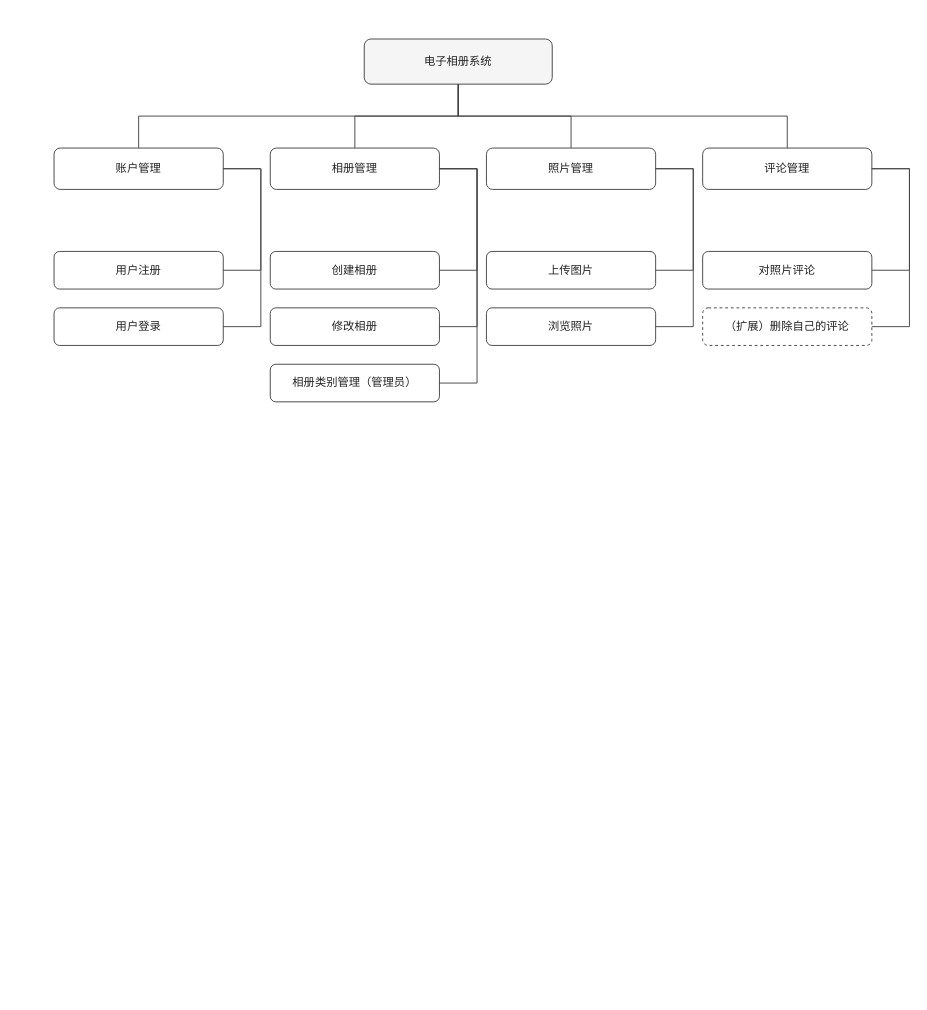
Before: docs/图稿/图2-2_功能框架图.drawio in chennuo1101/electronic-photo-album-system1, a draw.io diagram. Source tidied: cells renumbered, new cells numbered last; positions are measured from the earlier drawing's top-left corner, leaving out a move shared by most shapes. Both pictures are drawn from the tidied source at 94%, with x=0, y=0 at pixel (54, 39).
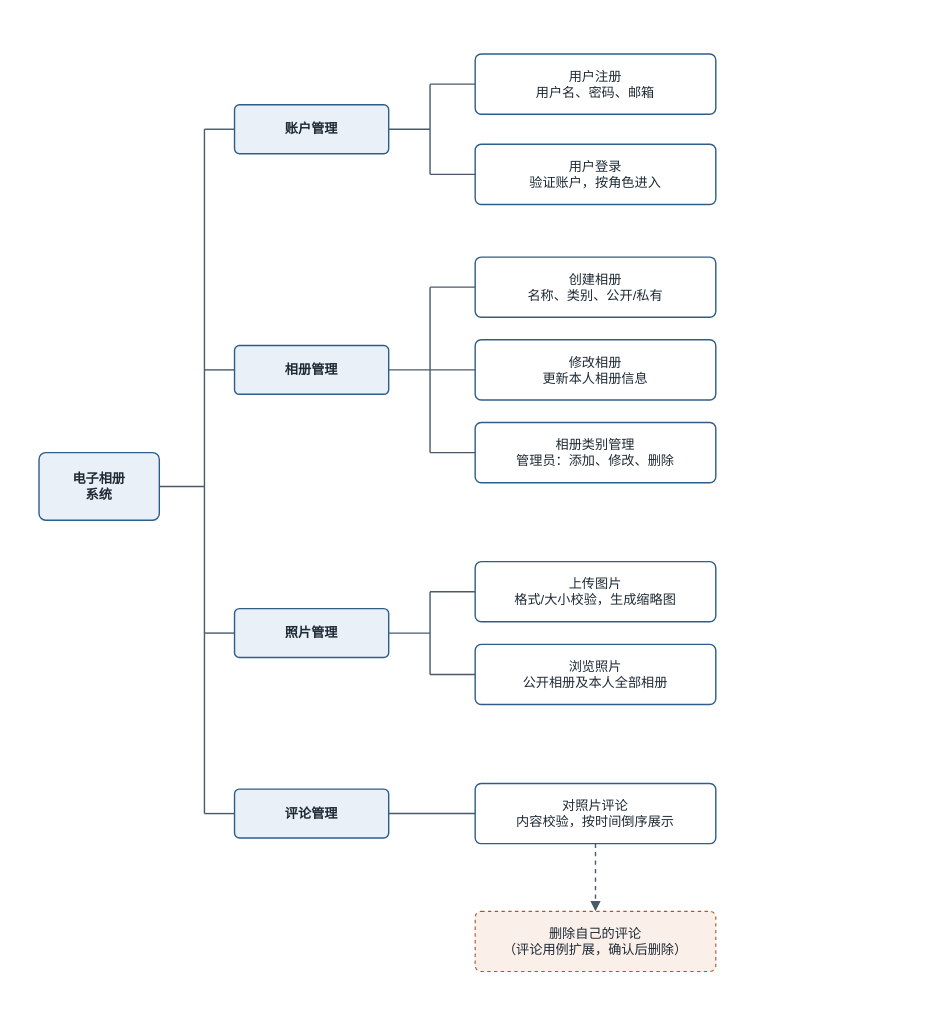
Above is the later version.

The edit, as a diff of the source:
```diff
@@
-    <mxCell id="2" value="电子相册系统" style="rounded=1;whiteSpace=wrap;html=1;fillColor=#F5F5F5;strokeColor=#444444;fontFamily=Microsoft YaHei;fontSize=12;fontColor=#222222;" parent="1" vertex="1">
-      <mxGeometry x="330" width="200" height="48" as="geometry" />
-    </mxCell>
+    <mxCell id="29" style="rounded=0;whiteSpace=wrap;html=1;fillColor=#FFFFFF;strokeColor=none;" parent="1" vertex="1">
+      <mxGeometry x="-40" y="-24" width="768" height="1040" as="geometry" />
+    </mxCell>
+    <mxCell id="30" value="电子相册&#10;系统" style="rounded=1;arcSize=10;whiteSpace=wrap;html=1;fillColor=#E9F0F8;strokeColor=#2F5D8A;strokeWidth=1.5;fontFamily=Microsoft YaHei;fontSize=14;fontColor=#1F2A35;fontStyle=1;" parent="1" vertex="1">
+      <mxGeometry x="-16" y="440" width="128" height="72" as="geometry" />
+    </mxCell>
+    <mxCell id="31" style="html=1;rounded=0;strokeColor=#4A5A6A;strokeWidth=1.5;startArrow=none;endArrow=none;" parent="1" edge="1">
+      <mxGeometry relative="1" as="geometry">
+        <mxPoint x="112" y="476" as="sourcePoint" />
+        <mxPoint x="160" y="476" as="targetPoint" />
+      </mxGeometry>
+    </mxCell>
+    <mxCell id="32" style="html=1;rounded=0;strokeColor=#4A5A6A;strokeWidth=1.5;startArrow=none;endArrow=none;" parent="1" edge="1">
+      <mxGeometry relative="1" as="geometry">
+        <mxPoint x="160" y="96" as="sourcePoint" />
+        <mxPoint x="160" y="824" as="targetPoint" />
+      </mxGeometry>
+    </mxCell>
-    <mxCell id="3" value="账户管理" style="rounded=1;whiteSpace=wrap;html=1;fillColor=#FFFFFF;strokeColor=#444444;fontFamily=Microsoft YaHei;fontSize=12;fontColor=#222222;" parent="1" vertex="1">
-      <mxGeometry y="116" width="180" height="44" as="geometry" />
+    <mxCell id="3" value="账户管理" style="rounded=1;arcSize=10;whiteSpace=wrap;html=1;fillColor=#E9F0F8;strokeColor=#2F5D8A;strokeWidth=1.5;fontFamily=Microsoft YaHei;fontSize=14;fontColor=#1F2A35;fontStyle=1;" parent="1" vertex="1">
+      <mxGeometry x="192" y="70" width="164" height="52" as="geometry" />
     </mxCell>
-    <mxCell id="4" style="edgeStyle=orthogonalEdgeStyle;rounded=0;html=1;strokeColor=#444444;strokeWidth=1;fontFamily=Microsoft YaHei;fontSize=11;fontColor=#444444;labelBackgroundColor=#FFFFFF;startArrow=none;endArrow=none;exitX=0.5;exitY=1;entryX=0.5;entryY=0;" parent="1" edge="1" source="2" target="3">
-      <mxGeometry relative="1" as="geometry">
-        <Array as="points">
-          <mxPoint x="430" y="82" />
-          <mxPoint x="90" y="82" />
-        </Array>
-      </mxGeometry>
-    </mxCell>
+    <mxCell id="33" style="html=1;rounded=0;strokeColor=#4A5A6A;strokeWidth=1.5;startArrow=none;endArrow=none;" parent="1" edge="1">
+      <mxGeometry relative="1" as="geometry">
+        <mxPoint x="160" y="96" as="sourcePoint" />
+        <mxPoint x="192" y="96" as="targetPoint" />
+      </mxGeometry>
+    </mxCell>
+    <mxCell id="34" style="html=1;rounded=0;strokeColor=#4A5A6A;strokeWidth=1.5;startArrow=none;endArrow=none;" parent="1" edge="1">
+      <mxGeometry relative="1" as="geometry">
+        <mxPoint x="356" y="96" as="sourcePoint" />
+        <mxPoint x="400" y="96" as="targetPoint" />
+      </mxGeometry>
+    </mxCell>
+    <mxCell id="35" style="html=1;rounded=0;strokeColor=#4A5A6A;strokeWidth=1.5;startArrow=none;endArrow=none;" parent="1" edge="1">
+      <mxGeometry relative="1" as="geometry">
+        <mxPoint x="400" y="48" as="sourcePoint" />
+        <mxPoint x="400" y="144" as="targetPoint" />
+      </mxGeometry>
+    </mxCell>
+    <mxCell id="36" value="用户注册&#10;用户名、密码、邮箱" style="rounded=1;arcSize=10;whiteSpace=wrap;html=1;fillColor=#FFFFFF;strokeColor=#2F5D8A;strokeWidth=1.5;fontFamily=Microsoft YaHei;fontSize=14;fontColor=#1F2A35;" parent="1" vertex="1">
+      <mxGeometry x="448" y="16" width="256" height="64" as="geometry" />
+    </mxCell>
+    <mxCell id="37" style="html=1;rounded=0;strokeColor=#4A5A6A;strokeWidth=1.5;startArrow=none;endArrow=none;" parent="1" edge="1">
+      <mxGeometry relative="1" as="geometry">
+        <mxPoint x="400" y="48" as="sourcePoint" />
+        <mxPoint x="448" y="48" as="targetPoint" />
+      </mxGeometry>
+    </mxCell>
+    <mxCell id="38" value="用户登录&#10;验证账户，按角色进入" style="rounded=1;arcSize=10;whiteSpace=wrap;html=1;fillColor=#FFFFFF;strokeColor=#2F5D8A;strokeWidth=1.5;fontFamily=Microsoft YaHei;fontSize=14;fontColor=#1F2A35;" parent="1" vertex="1">
+      <mxGeometry x="448" y="112" width="256" height="64" as="geometry" />
+    </mxCell>
+    <mxCell id="39" style="html=1;rounded=0;strokeColor=#4A5A6A;strokeWidth=1.5;startArrow=none;endArrow=none;" parent="1" edge="1">
+      <mxGeometry relative="1" as="geometry">
+        <mxPoint x="400" y="144" as="sourcePoint" />
+        <mxPoint x="448" y="144" as="targetPoint" />
+      </mxGeometry>
+    </mxCell>
-    <mxCell id="5" value="相册管理" style="rounded=1;whiteSpace=wrap;html=1;fillColor=#FFFFFF;strokeColor=#444444;fontFamily=Microsoft YaHei;fontSize=12;fontColor=#222222;" parent="1" vertex="1">
-      <mxGeometry x="230" y="116" width="180" height="44" as="geometry" />
+    <mxCell id="5" value="相册管理" style="rounded=1;arcSize=10;whiteSpace=wrap;html=1;fillColor=#E9F0F8;strokeColor=#2F5D8A;strokeWidth=1.5;fontFamily=Microsoft YaHei;fontSize=14;fontColor=#1F2A35;fontStyle=1;" parent="1" vertex="1">
+      <mxGeometry x="192" y="326" width="164" height="52" as="geometry" />
     </mxCell>
-    <mxCell id="6" style="edgeStyle=orthogonalEdgeStyle;rounded=0;html=1;strokeColor=#444444;strokeWidth=1;fontFamily=Microsoft YaHei;fontSize=11;fontColor=#444444;labelBackgroundColor=#FFFFFF;startArrow=none;endArrow=none;exitX=0.5;exitY=1;entryX=0.5;entryY=0;" parent="1" edge="1" source="2" target="5">
-      <mxGeometry relative="1" as="geometry">
-        <Array as="points">
-          <mxPoint x="430" y="82" />
-          <mxPoint x="320" y="82" />
-        </Array>
-      </mxGeometry>
-    </mxCell>
+    <mxCell id="40" style="html=1;rounded=0;strokeColor=#4A5A6A;strokeWidth=1.5;startArrow=none;endArrow=none;" parent="1" edge="1">
+      <mxGeometry relative="1" as="geometry">
+        <mxPoint x="160" y="352" as="sourcePoint" />
+        <mxPoint x="192" y="352" as="targetPoint" />
+      </mxGeometry>
+    </mxCell>
+    <mxCell id="41" style="html=1;rounded=0;strokeColor=#4A5A6A;strokeWidth=1.5;startArrow=none;endArrow=none;" parent="1" edge="1">
+      <mxGeometry relative="1" as="geometry">
+        <mxPoint x="356" y="352" as="sourcePoint" />
+        <mxPoint x="400" y="352" as="targetPoint" />
+      </mxGeometry>
+    </mxCell>
+    <mxCell id="42" style="html=1;rounded=0;strokeColor=#4A5A6A;strokeWidth=1.5;startArrow=none;endArrow=none;" parent="1" edge="1">
+      <mxGeometry relative="1" as="geometry">
+        <mxPoint x="400" y="264" as="sourcePoint" />
+        <mxPoint x="400" y="440" as="targetPoint" />
+      </mxGeometry>
+    </mxCell>
+    <mxCell id="43" value="创建相册&#10;名称、类别、公开/私有" style="rounded=1;arcSize=10;whiteSpace=wrap;html=1;fillColor=#FFFFFF;strokeColor=#2F5D8A;strokeWidth=1.5;fontFamily=Microsoft YaHei;fontSize=14;fontColor=#1F2A35;" parent="1" vertex="1">
+      <mxGeometry x="448" y="232" width="256" height="64" as="geometry" />
+    </mxCell>
+    <mxCell id="44" style="html=1;rounded=0;strokeColor=#4A5A6A;strokeWidth=1.5;startArrow=none;endArrow=none;" parent="1" edge="1">
+      <mxGeometry relative="1" as="geometry">
+        <mxPoint x="400" y="264" as="sourcePoint" />
+        <mxPoint x="448" y="264" as="targetPoint" />
+      </mxGeometry>
+    </mxCell>
+    <mxCell id="45" value="修改相册&#10;更新本人相册信息" style="rounded=1;arcSize=10;whiteSpace=wrap;html=1;fillColor=#FFFFFF;strokeColor=#2F5D8A;strokeWidth=1.5;fontFamily=Microsoft YaHei;fontSize=14;fontColor=#1F2A35;" parent="1" vertex="1">
+      <mxGeometry x="448" y="320" width="256" height="64" as="geometry" />
+    </mxCell>
+    <mxCell id="46" style="html=1;rounded=0;strokeColor=#4A5A6A;strokeWidth=1.5;startArrow=none;endArrow=none;" parent="1" edge="1">
+      <mxGeometry relative="1" as="geometry">
+        <mxPoint x="400" y="352" as="sourcePoint" />
+        <mxPoint x="448" y="352" as="targetPoint" />
+      </mxGeometry>
+    </mxCell>
+    <mxCell id="47" value="相册类别管理&#10;管理员：添加、修改、删除" style="rounded=1;arcSize=10;whiteSpace=wrap;html=1;fillColor=#FFFFFF;strokeColor=#2F5D8A;strokeWidth=1.5;fontFamily=Microsoft YaHei;fontSize=14;fontColor=#1F2A35;" parent="1" vertex="1">
+      <mxGeometry x="448" y="408" width="256" height="64" as="geometry" />
+    </mxCell>
+    <mxCell id="48" style="html=1;rounded=0;strokeColor=#4A5A6A;strokeWidth=1.5;startArrow=none;endArrow=none;" parent="1" edge="1">
+      <mxGeometry relative="1" as="geometry">
+        <mxPoint x="400" y="440" as="sourcePoint" />
+        <mxPoint x="448" y="440" as="targetPoint" />
+      </mxGeometry>
+    </mxCell>
-    <mxCell id="7" value="照片管理" style="rounded=1;whiteSpace=wrap;html=1;fillColor=#FFFFFF;strokeColor=#444444;fontFamily=Microsoft YaHei;fontSize=12;fontColor=#222222;" parent="1" vertex="1">
-      <mxGeometry x="460" y="116" width="180" height="44" as="geometry" />
+    <mxCell id="7" value="照片管理" style="rounded=1;arcSize=10;whiteSpace=wrap;html=1;fillColor=#E9F0F8;strokeColor=#2F5D8A;strokeWidth=1.5;fontFamily=Microsoft YaHei;fontSize=14;fontColor=#1F2A35;fontStyle=1;" parent="1" vertex="1">
+      <mxGeometry x="192" y="606" width="164" height="52" as="geometry" />
     </mxCell>
-    <mxCell id="8" style="edgeStyle=orthogonalEdgeStyle;rounded=0;html=1;strokeColor=#444444;strokeWidth=1;fontFamily=Microsoft YaHei;fontSize=11;fontColor=#444444;labelBackgroundColor=#FFFFFF;startArrow=none;endArrow=none;exitX=0.5;exitY=1;entryX=0.5;entryY=0;" parent="1" edge="1" source="2" target="7">
-      <mxGeometry relative="1" as="geometry">
-        <Array as="points">
-          <mxPoint x="430" y="82" />
-          <mxPoint x="550" y="82" />
-        </Array>
-      </mxGeometry>
-    </mxCell>
+    <mxCell id="49" style="html=1;rounded=0;strokeColor=#4A5A6A;strokeWidth=1.5;startArrow=none;endArrow=none;" parent="1" edge="1">
+      <mxGeometry relative="1" as="geometry">
+        <mxPoint x="160" y="632" as="sourcePoint" />
+        <mxPoint x="192" y="632" as="targetPoint" />
+      </mxGeometry>
+    </mxCell>
+    <mxCell id="50" style="html=1;rounded=0;strokeColor=#4A5A6A;strokeWidth=1.5;startArrow=none;endArrow=none;" parent="1" edge="1">
+      <mxGeometry relative="1" as="geometry">
+        <mxPoint x="356" y="632" as="sourcePoint" />
+        <mxPoint x="400" y="632" as="targetPoint" />
+      </mxGeometry>
+    </mxCell>
+    <mxCell id="51" style="html=1;rounded=0;strokeColor=#4A5A6A;strokeWidth=1.5;startArrow=none;endArrow=none;" parent="1" edge="1">
+      <mxGeometry relative="1" as="geometry">
+        <mxPoint x="400" y="588" as="sourcePoint" />
+        <mxPoint x="400" y="676" as="targetPoint" />
+      </mxGeometry>
+    </mxCell>
+    <mxCell id="52" value="上传图片&#10;格式/大小校验，生成缩略图" style="rounded=1;arcSize=10;whiteSpace=wrap;html=1;fillColor=#FFFFFF;strokeColor=#2F5D8A;strokeWidth=1.5;fontFamily=Microsoft YaHei;fontSize=14;fontColor=#1F2A35;" parent="1" vertex="1">
+      <mxGeometry x="448" y="556" width="256" height="64" as="geometry" />
+    </mxCell>
+    <mxCell id="53" style="html=1;rounded=0;strokeColor=#4A5A6A;strokeWidth=1.5;startArrow=none;endArrow=none;" parent="1" edge="1">
+      <mxGeometry relative="1" as="geometry">
+        <mxPoint x="400" y="588" as="sourcePoint" />
+        <mxPoint x="448" y="588" as="targetPoint" />
+      </mxGeometry>
+    </mxCell>
+    <mxCell id="54" value="浏览照片&#10;公开相册及本人全部相册" style="rounded=1;arcSize=10;whiteSpace=wrap;html=1;fillColor=#FFFFFF;strokeColor=#2F5D8A;strokeWidth=1.5;fontFamily=Microsoft YaHei;fontSize=14;fontColor=#1F2A35;" parent="1" vertex="1">
+      <mxGeometry x="448" y="644" width="256" height="64" as="geometry" />
+    </mxCell>
+    <mxCell id="55" style="html=1;rounded=0;strokeColor=#4A5A6A;strokeWidth=1.5;startArrow=none;endArrow=none;" parent="1" edge="1">
+      <mxGeometry relative="1" as="geometry">
+        <mxPoint x="400" y="676" as="sourcePoint" />
+        <mxPoint x="448" y="676" as="targetPoint" />
+      </mxGeometry>
+    </mxCell>
-    <mxCell id="9" value="评论管理" style="rounded=1;whiteSpace=wrap;html=1;fillColor=#FFFFFF;strokeColor=#444444;fontFamily=Microsoft YaHei;fontSize=12;fontColor=#222222;" parent="1" vertex="1">
-      <mxGeometry x="690" y="116" width="180" height="44" as="geometry" />
+    <mxCell id="9" value="评论管理" style="rounded=1;arcSize=10;whiteSpace=wrap;html=1;fillColor=#E9F0F8;strokeColor=#2F5D8A;strokeWidth=1.5;fontFamily=Microsoft YaHei;fontSize=14;fontColor=#1F2A35;fontStyle=1;" parent="1" vertex="1">
+      <mxGeometry x="192" y="798" width="164" height="52" as="geometry" />
     </mxCell>
-    <mxCell id="10" style="edgeStyle=orthogonalEdgeStyle;rounded=0;html=1;strokeColor=#444444;strokeWidth=1;fontFamily=Microsoft YaHei;fontSize=11;fontColor=#444444;labelBackgroundColor=#FFFFFF;startArrow=none;endArrow=none;exitX=0.5;exitY=1;entryX=0.5;entryY=0;" parent="1" edge="1" source="2" target="9">
-      <mxGeometry relative="1" as="geometry">
-        <Array as="points">
-          <mxPoint x="430" y="82" />
-          <mxPoint x="780" y="82" />
-        </Array>
-      </mxGeometry>
-    </mxCell>
-    <mxCell id="11" value="用户注册" style="rounded=1;whiteSpace=wrap;html=1;fillColor=#FFFFFF;strokeColor=#444444;fontFamily=Microsoft YaHei;fontSize=12;fontColor=#222222;" parent="1" vertex="1">
-      <mxGeometry y="226" width="180" height="40" as="geometry" />
-    </mxCell>
-    <mxCell id="12" style="edgeStyle=orthogonalEdgeStyle;rounded=0;html=1;strokeColor=#444444;strokeWidth=1;fontFamily=Microsoft YaHei;fontSize=11;fontColor=#444444;labelBackgroundColor=#FFFFFF;startArrow=none;endArrow=none;exitX=1;exitY=0.5;entryX=1;entryY=0.5;" parent="1" edge="1" source="3" target="11">
-      <mxGeometry relative="1" as="geometry">
-        <Array as="points">
-          <mxPoint x="220" y="138" />
-          <mxPoint x="220" y="246" />
-        </Array>
-      </mxGeometry>
-    </mxCell>
-    <mxCell id="13" value="用户登录" style="rounded=1;whiteSpace=wrap;html=1;fillColor=#FFFFFF;strokeColor=#444444;fontFamily=Microsoft YaHei;fontSize=12;fontColor=#222222;" parent="1" vertex="1">
-      <mxGeometry y="286" width="180" height="40" as="geometry" />
-    </mxCell>
-    <mxCell id="14" style="edgeStyle=orthogonalEdgeStyle;rounded=0;html=1;strokeColor=#444444;strokeWidth=1;fontFamily=Microsoft YaHei;fontSize=11;fontColor=#444444;labelBackgroundColor=#FFFFFF;startArrow=none;endArrow=none;exitX=1;exitY=0.5;entryX=1;entryY=0.5;" parent="1" edge="1" source="3" target="13">
-      <mxGeometry relative="1" as="geometry">
-        <Array as="points">
-          <mxPoint x="220" y="138" />
-          <mxPoint x="220" y="306" />
-        </Array>
-      </mxGeometry>
-    </mxCell>
-    <mxCell id="15" value="创建相册" style="rounded=1;whiteSpace=wrap;html=1;fillColor=#FFFFFF;strokeColor=#444444;fontFamily=Microsoft YaHei;fontSize=12;fontColor=#222222;" parent="1" vertex="1">
-      <mxGeometry x="230" y="226" width="180" height="40" as="geometry" />
-    </mxCell>
-    <mxCell id="16" style="edgeStyle=orthogonalEdgeStyle;rounded=0;html=1;strokeColor=#444444;strokeWidth=1;fontFamily=Microsoft YaHei;fontSize=11;fontColor=#444444;labelBackgroundColor=#FFFFFF;startArrow=none;endArrow=none;exitX=1;exitY=0.5;entryX=1;entryY=0.5;" parent="1" edge="1" source="5" target="15">
-      <mxGeometry relative="1" as="geometry">
-        <Array as="points">
-          <mxPoint x="450" y="138" />
-          <mxPoint x="450" y="246" />
-        </Array>
-      </mxGeometry>
-    </mxCell>
-    <mxCell id="17" value="修改相册" style="rounded=1;whiteSpace=wrap;html=1;fillColor=#FFFFFF;strokeColor=#444444;fontFamily=Microsoft YaHei;fontSize=12;fontColor=#222222;" parent="1" vertex="1">
-      <mxGeometry x="230" y="286" width="180" height="40" as="geometry" />
-    </mxCell>
-    <mxCell id="18" style="edgeStyle=orthogonalEdgeStyle;rounded=0;html=1;strokeColor=#444444;strokeWidth=1;fontFamily=Microsoft YaHei;fontSize=11;fontColor=#444444;labelBackgroundColor=#FFFFFF;startArrow=none;endArrow=none;exitX=1;exitY=0.5;entryX=1;entryY=0.5;" parent="1" edge="1" source="5" target="17">
-      <mxGeometry relative="1" as="geometry">
-        <Array as="points">
-          <mxPoint x="450" y="138" />
-          <mxPoint x="450" y="306" />
-        </Array>
-      </mxGeometry>
-    </mxCell>
-    <mxCell id="19" value="相册类别管理（管理员）" style="rounded=1;whiteSpace=wrap;html=1;fillColor=#FFFFFF;strokeColor=#444444;fontFamily=Microsoft YaHei;fontSize=12;fontColor=#222222;" parent="1" vertex="1">
-      <mxGeometry x="230" y="346" width="180" height="40" as="geometry" />
-    </mxCell>
-    <mxCell id="20" style="edgeStyle=orthogonalEdgeStyle;rounded=0;html=1;strokeColor=#444444;strokeWidth=1;fontFamily=Microsoft YaHei;fontSize=11;fontColor=#444444;labelBackgroundColor=#FFFFFF;startArrow=none;endArrow=none;exitX=1;exitY=0.5;entryX=1;entryY=0.5;" parent="1" edge="1" source="5" target="19">
-      <mxGeometry relative="1" as="geometry">
-        <Array as="points">
-          <mxPoint x="450" y="138" />
-          <mxPoint x="450" y="366" />
-        </Array>
-      </mxGeometry>
-    </mxCell>
-    <mxCell id="21" value="上传图片" style="rounded=1;whiteSpace=wrap;html=1;fillColor=#FFFFFF;strokeColor=#444444;fontFamily=Microsoft YaHei;fontSize=12;fontColor=#222222;" parent="1" vertex="1">
-      <mxGeometry x="460" y="226" width="180" height="40" as="geometry" />
-    </mxCell>
-    <mxCell id="22" style="edgeStyle=orthogonalEdgeStyle;rounded=0;html=1;strokeColor=#444444;strokeWidth=1;fontFamily=Microsoft YaHei;fontSize=11;fontColor=#444444;labelBackgroundColor=#FFFFFF;startArrow=none;endArrow=none;exitX=1;exitY=0.5;entryX=1;entryY=0.5;" parent="1" edge="1" source="7" target="21">
-      <mxGeometry relative="1" as="geometry">
-        <Array as="points">
-          <mxPoint x="680" y="138" />
-          <mxPoint x="680" y="246" />
-        </Array>
-      </mxGeometry>
-    </mxCell>
-    <mxCell id="23" value="浏览照片" style="rounded=1;whiteSpace=wrap;html=1;fillColor=#FFFFFF;strokeColor=#444444;fontFamily=Microsoft YaHei;fontSize=12;fontColor=#222222;" parent="1" vertex="1">
-      <mxGeometry x="460" y="286" width="180" height="40" as="geometry" />
-    </mxCell>
-    <mxCell id="24" style="edgeStyle=orthogonalEdgeStyle;rounded=0;html=1;strokeColor=#444444;strokeWidth=1;fontFamily=Microsoft YaHei;fontSize=11;fontColor=#444444;labelBackgroundColor=#FFFFFF;startArrow=none;endArrow=none;exitX=1;exitY=0.5;entryX=1;entryY=0.5;" parent="1" edge="1" source="7" target="23">
-      <mxGeometry relative="1" as="geometry">
-        <Array as="points">
-          <mxPoint x="680" y="138" />
-          <mxPoint x="680" y="306" />
-        </Array>
-      </mxGeometry>
-    </mxCell>
-    <mxCell id="25" value="对照片评论" style="rounded=1;whiteSpace=wrap;html=1;fillColor=#FFFFFF;strokeColor=#444444;fontFamily=Microsoft YaHei;fontSize=12;fontColor=#222222;" parent="1" vertex="1">
-      <mxGeometry x="690" y="226" width="180" height="40" as="geometry" />
-    </mxCell>
-    <mxCell id="26" style="edgeStyle=orthogonalEdgeStyle;rounded=0;html=1;strokeColor=#444444;strokeWidth=1;fontFamily=Microsoft YaHei;fontSize=11;fontColor=#444444;labelBackgroundColor=#FFFFFF;startArrow=none;endArrow=none;exitX=1;exitY=0.5;entryX=1;entryY=0.5;" parent="1" edge="1" source="9" target="25">
-      <mxGeometry relative="1" as="geometry">
-        <Array as="points">
-          <mxPoint x="910" y="138" />
-          <mxPoint x="910" y="246" />
-        </Array>
-      </mxGeometry>
-    </mxCell>
-    <mxCell id="27" value="（扩展）删除自己的评论" style="rounded=1;whiteSpace=wrap;html=1;fillColor=none;strokeColor=#444444;dashed=1;fontFamily=Microsoft YaHei;fontSize=12;fontColor=#222222;" parent="1" vertex="1">
-      <mxGeometry x="690" y="286" width="180" height="40" as="geometry" />
-    </mxCell>
-    <mxCell id="28" style="edgeStyle=orthogonalEdgeStyle;rounded=0;html=1;strokeColor=#444444;strokeWidth=1;fontFamily=Microsoft YaHei;fontSize=11;fontColor=#444444;labelBackgroundColor=#FFFFFF;startArrow=none;endArrow=none;exitX=1;exitY=0.5;entryX=1;entryY=0.5;" parent="1" edge="1" source="9" target="27">
-      <mxGeometry relative="1" as="geometry">
-        <Array as="points">
-          <mxPoint x="910" y="138" />
-          <mxPoint x="910" y="306" />
-        </Array>
-      </mxGeometry>
-    </mxCell>
+    <mxCell id="56" style="html=1;rounded=0;strokeColor=#4A5A6A;strokeWidth=1.5;startArrow=none;endArrow=none;" parent="1" edge="1">
+      <mxGeometry relative="1" as="geometry">
+        <mxPoint x="160" y="824" as="sourcePoint" />
+        <mxPoint x="192" y="824" as="targetPoint" />
+      </mxGeometry>
+    </mxCell>
+    <mxCell id="57" style="html=1;rounded=0;strokeColor=#4A5A6A;strokeWidth=1.5;startArrow=none;endArrow=none;" parent="1" edge="1">
+      <mxGeometry relative="1" as="geometry">
+        <mxPoint x="356" y="824" as="sourcePoint" />
+        <mxPoint x="448" y="824" as="targetPoint" />
+      </mxGeometry>
+    </mxCell>
+    <mxCell id="58" value="对照片评论&#10;内容校验，按时间倒序展示" style="rounded=1;arcSize=10;whiteSpace=wrap;html=1;fillColor=#FFFFFF;strokeColor=#2F5D8A;strokeWidth=1.5;fontFamily=Microsoft YaHei;fontSize=14;fontColor=#1F2A35;" parent="1" vertex="1">
+      <mxGeometry x="448" y="792" width="256" height="64" as="geometry" />
+    </mxCell>
+    <mxCell id="59" value="删除自己的评论&#10;（评论用例扩展，确认后删除）" style="rounded=1;arcSize=10;whiteSpace=wrap;html=1;fillColor=#FBEFEA;strokeColor=#B4532A;strokeWidth=1.2;dashed=1;fontFamily=Microsoft YaHei;fontSize=14;fontColor=#1F2A35;" parent="1" vertex="1">
+      <mxGeometry x="448" y="928" width="256" height="64" as="geometry" />
+    </mxCell>
+    <mxCell id="60" style="html=1;rounded=0;strokeColor=#4A5A6A;strokeWidth=1.5;startArrow=none;endArrow=block;endFill=1;endSize=7;jumpStyle=arc;jumpSize=6;dashed=1;" parent="1" edge="1">
+      <mxGeometry relative="1" as="geometry">
+        <mxPoint x="576" y="856" as="sourcePoint" />
+        <mxPoint x="576" y="928" as="targetPoint" />
+      </mxGeometry>
+    </mxCell>
```
